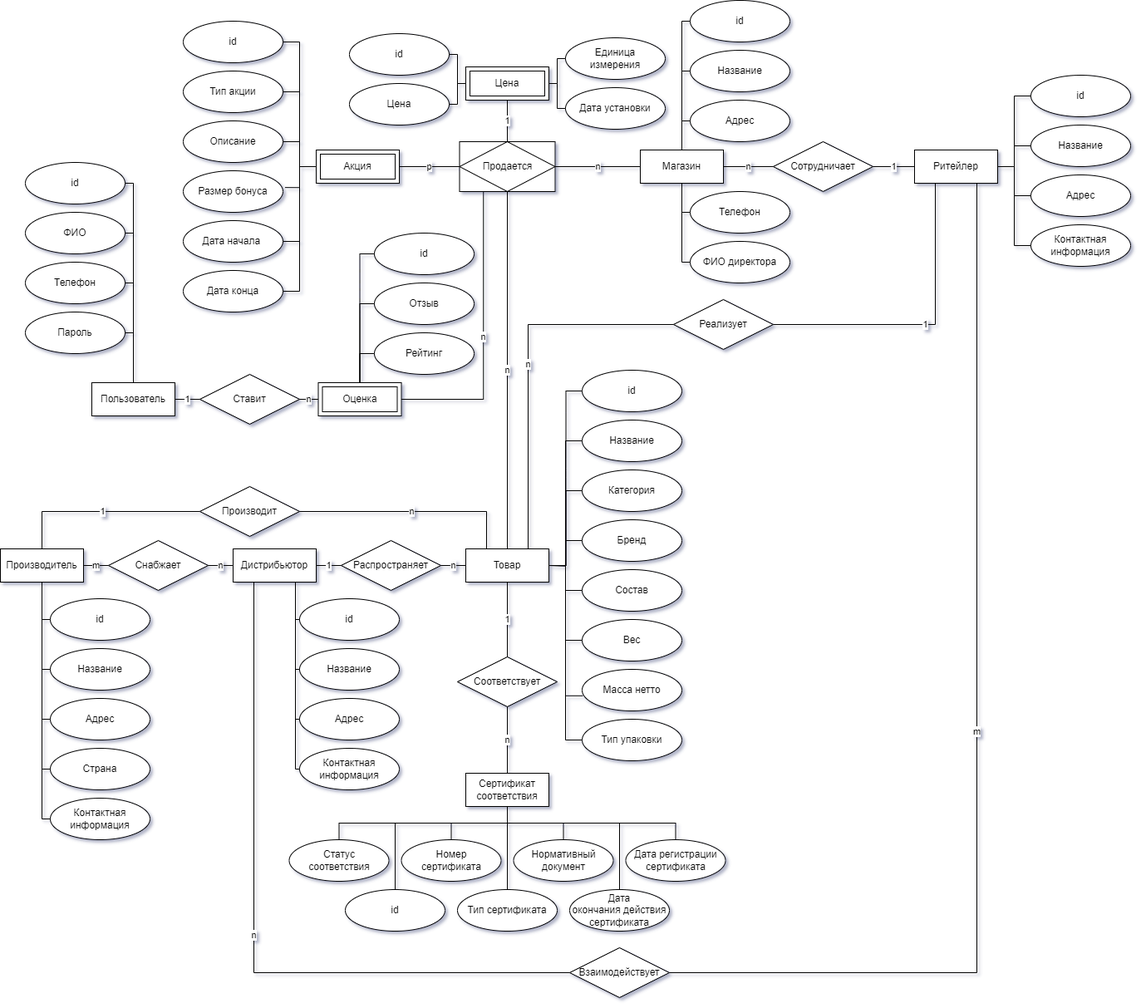
Earlier version of the draw.io export docs/coursework/inc/img/er-diag.drawio.png (nikitalystsev/db_course). Source tidied: cells renumbered, new cells last; positions are measured from the earlier drawing's top-left corner, leaving out a move shared by most shapes.
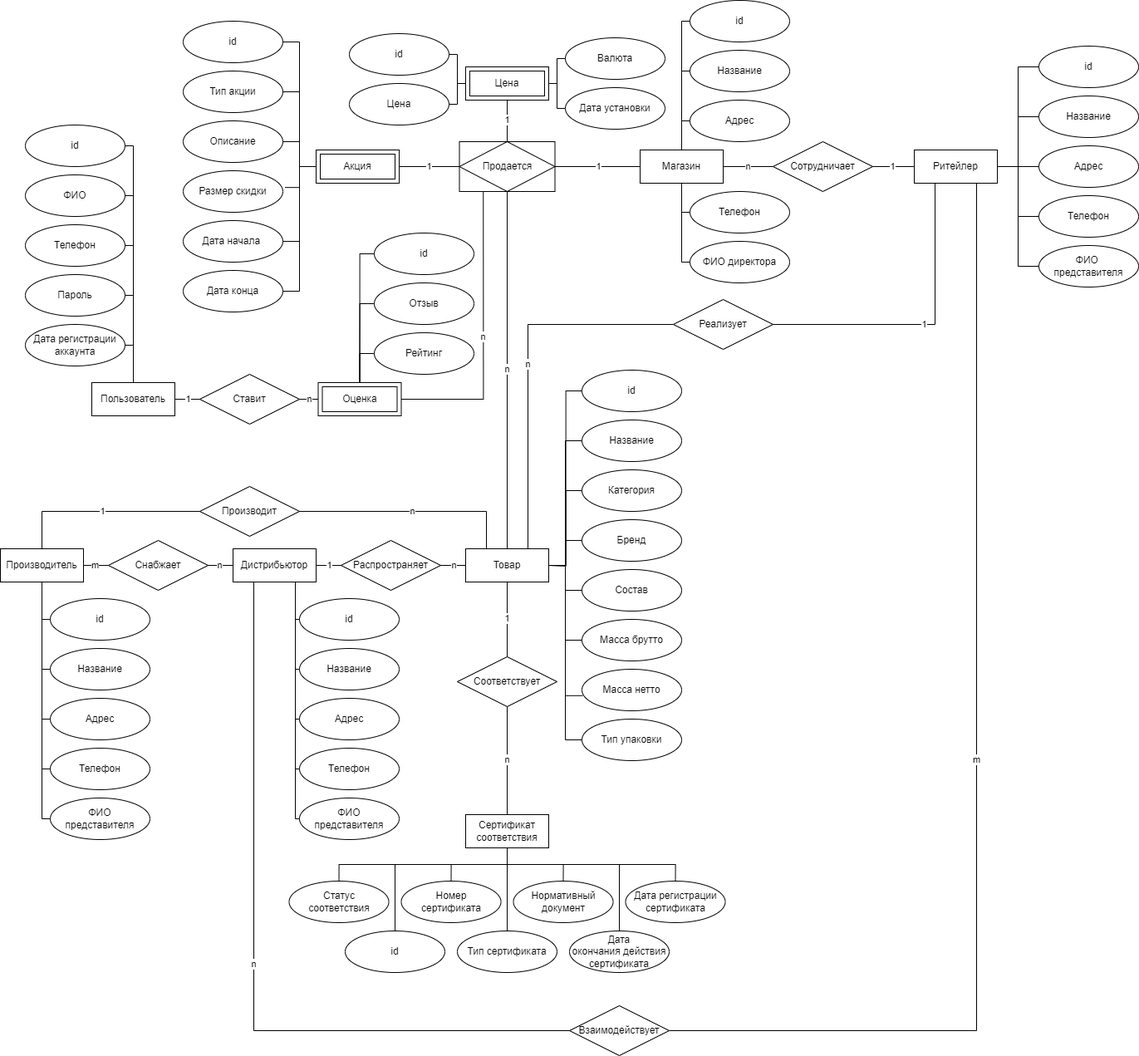
The same file after the commit.

Diff of the diagram source:
```diff
@@ -6,7 +6,7 @@
       <mxGeometry x="560" y="660" width="100" height="40" as="geometry" />
     </mxCell>
     <mxCell id="3" value="Сертификат&lt;div&gt;соответствия&lt;/div&gt;" style="whiteSpace=wrap;html=1;align=center;" parent="1" vertex="1">
-      <mxGeometry x="560" y="930" width="100" height="40" as="geometry" />
+      <mxGeometry x="560" y="980" width="100" height="40" as="geometry" />
     </mxCell>
     <mxCell id="4" value="Соответствует" style="shape=rhombus;perimeter=rhombusPerimeter;whiteSpace=wrap;html=1;align=center;" parent="1" vertex="1">
       <mxGeometry x="550" y="790" width="120" height="60" as="geometry" />
@@ -18,25 +18,25 @@
       <mxGeometry relative="1" as="geometry" />
     </mxCell>
     <mxCell id="7" value="id" style="ellipse;whiteSpace=wrap;html=1;align=center;" parent="1" vertex="1">
-      <mxGeometry x="415" y="1070" width="120" height="50" as="geometry" />
+      <mxGeometry x="415" y="1120" width="120" height="50" as="geometry" />
     </mxCell>
     <mxCell id="8" value="Тип сертификата" style="ellipse;whiteSpace=wrap;html=1;align=center;" parent="1" vertex="1">
-      <mxGeometry x="550" y="1070" width="120" height="50" as="geometry" />
+      <mxGeometry x="550" y="1120" width="120" height="50" as="geometry" />
     </mxCell>
     <mxCell id="9" value="Статус&lt;div&gt;соответствия&lt;/div&gt;" style="ellipse;whiteSpace=wrap;html=1;align=center;" parent="1" vertex="1">
-      <mxGeometry x="347.5" y="1010" width="120" height="50" as="geometry" />
+      <mxGeometry x="347.5" y="1060" width="120" height="50" as="geometry" />
     </mxCell>
     <mxCell id="10" value="Номер&lt;div&gt;сертификата&lt;/div&gt;" style="ellipse;whiteSpace=wrap;html=1;align=center;" parent="1" vertex="1">
-      <mxGeometry x="482.5" y="1010" width="120" height="50" as="geometry" />
+      <mxGeometry x="482.5" y="1060" width="120" height="50" as="geometry" />
     </mxCell>
     <mxCell id="11" value="Нормативный&lt;div&gt;документ&lt;/div&gt;" style="ellipse;whiteSpace=wrap;html=1;align=center;" parent="1" vertex="1">
-      <mxGeometry x="617.5" y="1010" width="120" height="50" as="geometry" />
+      <mxGeometry x="617.5" y="1060" width="120" height="50" as="geometry" />
     </mxCell>
     <mxCell id="12" value="Дата регистрации&lt;div&gt;сертификата&lt;/div&gt;" style="ellipse;whiteSpace=wrap;html=1;align=center;" parent="1" vertex="1">
-      <mxGeometry x="752.5" y="1010" width="120" height="50" as="geometry" />
+      <mxGeometry x="752.5" y="1060" width="120" height="50" as="geometry" />
     </mxCell>
     <mxCell id="13" value="Дата&lt;div&gt;окончания действия сертификата&lt;/div&gt;" style="ellipse;whiteSpace=wrap;html=1;align=center;" parent="1" vertex="1">
-      <mxGeometry x="685" y="1070" width="120" height="50" as="geometry" />
+      <mxGeometry x="685" y="1120" width="120" height="50" as="geometry" />
     </mxCell>
     <mxCell id="14" value="Дистрибьютор" style="whiteSpace=wrap;html=1;align=center;" parent="1" vertex="1">
       <mxGeometry x="280" y="660" width="100" height="40" as="geometry" />
@@ -68,7 +68,7 @@
     <mxCell id="23" value="Состав" style="ellipse;whiteSpace=wrap;html=1;align=center;" parent="1" vertex="1">
       <mxGeometry x="700" y="685" width="120" height="50" as="geometry" />
     </mxCell>
-    <mxCell id="24" value="Вес" style="ellipse;whiteSpace=wrap;html=1;align=center;" parent="1" vertex="1">
+    <mxCell id="24" value="Масса брутто" style="ellipse;whiteSpace=wrap;html=1;align=center;" parent="1" vertex="1">
       <mxGeometry x="700" y="745" width="120" height="50" as="geometry" />
     </mxCell>
     <mxCell id="25" value="Масса нетто" style="ellipse;whiteSpace=wrap;html=1;align=center;" parent="1" vertex="1">
@@ -111,7 +111,7 @@
     <mxCell id="36" value="Адрес" style="ellipse;whiteSpace=wrap;html=1;align=center;" parent="1" vertex="1">
       <mxGeometry x="360" y="840" width="120" height="50" as="geometry" />
     </mxCell>
-    <mxCell id="37" value="Контактная информация" style="ellipse;whiteSpace=wrap;html=1;align=center;" parent="1" vertex="1">
+    <mxCell id="37" value="Телефон" style="ellipse;whiteSpace=wrap;html=1;align=center;" parent="1" vertex="1">
       <mxGeometry x="360" y="900" width="120" height="50" as="geometry" />
     </mxCell>
     <mxCell id="38" value="Производитель" style="whiteSpace=wrap;html=1;align=center;" parent="1" vertex="1">
@@ -148,7 +148,7 @@
     <mxCell id="47" value="Адрес" style="ellipse;whiteSpace=wrap;html=1;align=center;" parent="1" vertex="1">
       <mxGeometry x="60" y="840" width="120" height="50" as="geometry" />
     </mxCell>
-    <mxCell id="48" value="Контактная информация" style="ellipse;whiteSpace=wrap;html=1;align=center;" parent="1" vertex="1">
+    <mxCell id="48" value="ФИО&lt;br&gt;представителя" style="ellipse;whiteSpace=wrap;html=1;align=center;" parent="1" vertex="1">
       <mxGeometry x="60" y="960" width="120" height="50" as="geometry" />
     </mxCell>
     <mxCell id="49" style="endArrow=none;html=1;rounded=0;exitX=0.5;exitY=1;exitDx=0;exitDy=0;entryX=0;entryY=0.5;entryDx=0;entryDy=0;edgeStyle=orthogonalEdgeStyle;" parent="1" edge="1" source="38" target="48">
@@ -163,7 +163,7 @@
     <mxCell id="52" style="endArrow=none;html=1;rounded=0;exitX=0.5;exitY=1;exitDx=0;exitDy=0;entryX=0;entryY=0.5;entryDx=0;entryDy=0;edgeStyle=orthogonalEdgeStyle;" parent="1" edge="1" source="38" target="46">
       <mxGeometry relative="1" as="geometry" />
     </mxCell>
-    <mxCell id="53" value="Страна" style="ellipse;whiteSpace=wrap;html=1;align=center;" parent="1" vertex="1">
+    <mxCell id="53" value="Телефон" style="ellipse;whiteSpace=wrap;html=1;align=center;" parent="1" vertex="1">
       <mxGeometry x="60" y="900" width="120" height="50" as="geometry" />
     </mxCell>
     <mxCell id="54" style="endArrow=none;html=1;rounded=0;exitX=0.5;exitY=1;exitDx=0;exitDy=0;entryX=0;entryY=0.5;entryDx=0;entryDy=0;edgeStyle=orthogonalEdgeStyle;" parent="1" edge="1" source="38" target="53">
@@ -178,7 +178,7 @@
     <mxCell id="57" value="Магазин" style="whiteSpace=wrap;html=1;align=center;" parent="1" vertex="1">
       <mxGeometry x="770" y="180" width="100" height="40" as="geometry" />
     </mxCell>
-    <mxCell id="58" value="n" style="endArrow=none;html=1;rounded=0;entryX=0;entryY=0.5;entryDx=0;entryDy=0;exitX=1;exitY=0.5;exitDx=0;exitDy=0;" parent="1" edge="1" source="127" target="57">
+    <mxCell id="58" value="1" style="endArrow=none;html=1;rounded=0;entryX=0;entryY=0.5;entryDx=0;entryDy=0;exitX=1;exitY=0.5;exitDx=0;exitDy=0;" parent="1" edge="1" source="127" target="57">
       <mxGeometry relative="1" as="geometry" />
     </mxCell>
     <mxCell id="59" value="Телефон" style="ellipse;whiteSpace=wrap;html=1;align=center;" parent="1" vertex="1">
@@ -190,7 +190,7 @@
     <mxCell id="61" value="Дата установки" style="ellipse;whiteSpace=wrap;html=1;align=center;" parent="1" vertex="1">
       <mxGeometry x="680" y="105" width="120" height="50" as="geometry" />
     </mxCell>
-    <mxCell id="62" value="Единица&lt;div&gt;измерения&lt;/div&gt;" style="ellipse;whiteSpace=wrap;html=1;align=center;" parent="1" vertex="1">
+    <mxCell id="62" value="Валюта" style="ellipse;whiteSpace=wrap;html=1;align=center;" parent="1" vertex="1">
       <mxGeometry x="680" y="45" width="120" height="50" as="geometry" />
     </mxCell>
     <mxCell id="63" style="endArrow=none;html=1;rounded=0;entryX=0;entryY=0.5;entryDx=0;entryDy=0;exitX=1;exitY=0.5;exitDx=0;exitDy=0;edgeStyle=orthogonalEdgeStyle;" parent="1" edge="1" source="56" target="62">
@@ -217,7 +217,7 @@
     <mxCell id="70" value="&lt;div&gt;Акция&lt;/div&gt;" style="shape=ext;margin=3;double=1;whiteSpace=wrap;html=1;align=center;" parent="1" vertex="1">
       <mxGeometry x="380" y="180" width="100" height="40" as="geometry" />
     </mxCell>
-    <mxCell id="71" value="p" style="endArrow=none;html=1;rounded=0;entryX=0;entryY=0.5;entryDx=0;entryDy=0;exitX=1;exitY=0.5;exitDx=0;exitDy=0;" parent="1" edge="1" source="70" target="127">
+    <mxCell id="71" value="1" style="endArrow=none;html=1;rounded=0;entryX=0;entryY=0.5;entryDx=0;entryDy=0;exitX=1;exitY=0.5;exitDx=0;exitDy=0;" parent="1" edge="1" source="70" target="127">
       <mxGeometry relative="1" as="geometry" />
     </mxCell>
     <mxCell id="72" value="Тип акции" style="ellipse;whiteSpace=wrap;html=1;align=center;" parent="1" vertex="1">
@@ -229,7 +229,7 @@
     <mxCell id="74" value="Описание" style="ellipse;whiteSpace=wrap;html=1;align=center;" parent="1" vertex="1">
       <mxGeometry x="220" y="145" width="120" height="50" as="geometry" />
     </mxCell>
-    <mxCell id="75" value="Размер бонуса" style="ellipse;whiteSpace=wrap;html=1;align=center;" parent="1" vertex="1">
+    <mxCell id="75" value="Размер скидки" style="ellipse;whiteSpace=wrap;html=1;align=center;" parent="1" vertex="1">
       <mxGeometry x="220" y="205" width="120" height="50" as="geometry" />
     </mxCell>
     <mxCell id="76" value="Дата начала&amp;nbsp;" style="ellipse;whiteSpace=wrap;html=1;align=center;" parent="1" vertex="1">
@@ -279,16 +279,16 @@
       <mxGeometry relative="1" as="geometry" />
     </mxCell>
     <mxCell id="90" value="Название" style="ellipse;whiteSpace=wrap;html=1;align=center;" parent="1" vertex="1">
-      <mxGeometry x="1240" y="150" width="120" height="50" as="geometry" />
+      <mxGeometry x="1250" y="115" width="120" height="50" as="geometry" />
     </mxCell>
     <mxCell id="91" value="id" style="ellipse;whiteSpace=wrap;html=1;align=center;" parent="1" vertex="1">
-      <mxGeometry x="1240" y="90" width="120" height="50" as="geometry" />
+      <mxGeometry x="1250" y="55" width="120" height="50" as="geometry" />
     </mxCell>
     <mxCell id="92" value="Адрес" style="ellipse;whiteSpace=wrap;html=1;align=center;" parent="1" vertex="1">
-      <mxGeometry x="1240" y="210" width="120" height="50" as="geometry" />
+      <mxGeometry x="1250" y="175" width="120" height="50" as="geometry" />
     </mxCell>
-    <mxCell id="93" value="Контактная информация" style="ellipse;whiteSpace=wrap;html=1;align=center;" parent="1" vertex="1">
-      <mxGeometry x="1240" y="270" width="120" height="50" as="geometry" />
+    <mxCell id="93" value="Телефон" style="ellipse;whiteSpace=wrap;html=1;align=center;" parent="1" vertex="1">
+      <mxGeometry x="1250" y="235" width="120" height="50" as="geometry" />
     </mxCell>
     <mxCell id="94" style="endArrow=none;html=1;rounded=0;entryX=0;entryY=0.5;entryDx=0;entryDy=0;exitX=1;exitY=0.5;exitDx=0;exitDy=0;edgeStyle=orthogonalEdgeStyle;" parent="1" edge="1" source="86" target="91">
       <mxGeometry relative="1" as="geometry" />
@@ -382,32 +382,32 @@
     <mxCell id="117" style="endArrow=none;html=1;rounded=0;entryX=0.5;entryY=1;entryDx=0;entryDy=0;exitX=0.5;exitY=0;exitDx=0;exitDy=0;edgeStyle=orthogonalEdgeStyle;" parent="1" edge="1" source="9" target="3">
       <mxGeometry relative="1" as="geometry">
         <Array as="points">
-          <mxPoint x="407" y="990" />
-          <mxPoint x="610" y="990" />
+          <mxPoint x="407" y="1040" />
+          <mxPoint x="610" y="1040" />
         </Array>
       </mxGeometry>
     </mxCell>
     <mxCell id="118" style="endArrow=none;html=1;rounded=0;entryX=0.5;entryY=1;entryDx=0;entryDy=0;exitX=0.5;exitY=0;exitDx=0;exitDy=0;edgeStyle=orthogonalEdgeStyle;" parent="1" edge="1" source="10" target="3">
       <mxGeometry relative="1" as="geometry">
         <Array as="points">
-          <mxPoint x="543" y="990" />
-          <mxPoint x="610" y="990" />
+          <mxPoint x="543" y="1040" />
+          <mxPoint x="610" y="1040" />
         </Array>
       </mxGeometry>
     </mxCell>
     <mxCell id="119" style="endArrow=none;html=1;rounded=0;entryX=0.5;entryY=1;entryDx=0;entryDy=0;exitX=0.5;exitY=0;exitDx=0;exitDy=0;edgeStyle=orthogonalEdgeStyle;" parent="1" edge="1" source="11" target="3">
       <mxGeometry relative="1" as="geometry">
         <Array as="points">
-          <mxPoint x="677" y="990" />
-          <mxPoint x="610" y="990" />
+          <mxPoint x="677" y="1040" />
+          <mxPoint x="610" y="1040" />
         </Array>
       </mxGeometry>
     </mxCell>
     <mxCell id="120" style="endArrow=none;html=1;rounded=0;entryX=0.5;entryY=1;entryDx=0;entryDy=0;exitX=0.5;exitY=0;exitDx=0;exitDy=0;edgeStyle=orthogonalEdgeStyle;" parent="1" edge="1" source="12" target="3">
       <mxGeometry relative="1" as="geometry">
         <Array as="points">
-          <mxPoint x="813" y="990" />
-          <mxPoint x="610" y="990" />
+          <mxPoint x="813" y="1040" />
+          <mxPoint x="610" y="1040" />
         </Array>
       </mxGeometry>
     </mxCell>
@@ -417,21 +417,21 @@
     <mxCell id="122" style="endArrow=none;html=1;rounded=0;entryX=0.5;entryY=1;entryDx=0;entryDy=0;exitX=0.5;exitY=0;exitDx=0;exitDy=0;edgeStyle=orthogonalEdgeStyle;" parent="1" edge="1" source="13" target="3">
       <mxGeometry relative="1" as="geometry">
         <Array as="points">
-          <mxPoint x="745" y="990" />
-          <mxPoint x="610" y="990" />
+          <mxPoint x="745" y="1040" />
+          <mxPoint x="610" y="1040" />
         </Array>
       </mxGeometry>
     </mxCell>
     <mxCell id="123" style="endArrow=none;html=1;rounded=0;entryX=0.5;entryY=1;entryDx=0;entryDy=0;exitX=0.5;exitY=0;exitDx=0;exitDy=0;edgeStyle=orthogonalEdgeStyle;" parent="1" edge="1" source="7" target="3">
       <mxGeometry relative="1" as="geometry">
         <Array as="points">
-          <mxPoint x="475" y="990" />
-          <mxPoint x="610" y="990" />
+          <mxPoint x="475" y="1040" />
+          <mxPoint x="610" y="1040" />
         </Array>
       </mxGeometry>
     </mxCell>
     <mxCell id="124" value="Взаимодействует" style="shape=rhombus;perimeter=rhombusPerimeter;whiteSpace=wrap;html=1;align=center;" parent="1" vertex="1">
-      <mxGeometry x="685" y="1140" width="120" height="60" as="geometry" />
+      <mxGeometry x="685" y="1210" width="120" height="60" as="geometry" />
     </mxCell>
     <mxCell id="125" value="n" style="endArrow=none;html=1;rounded=0;entryX=0.25;entryY=1;entryDx=0;entryDy=0;exitX=0;exitY=0.5;exitDx=0;exitDy=0;edgeStyle=orthogonalEdgeStyle;" parent="1" edge="1" source="124" target="14">
       <mxGeometry relative="1" as="geometry" />
@@ -446,16 +446,16 @@
       <mxGeometry x="110" y="460" width="100" height="40" as="geometry" />
     </mxCell>
     <mxCell id="129" value="ФИО" style="ellipse;whiteSpace=wrap;html=1;align=center;" parent="1" vertex="1">
-      <mxGeometry x="30" y="255" width="120" height="50" as="geometry" />
+      <mxGeometry x="30" y="210" width="120" height="50" as="geometry" />
     </mxCell>
     <mxCell id="130" value="id" style="ellipse;whiteSpace=wrap;html=1;align=center;" parent="1" vertex="1">
-      <mxGeometry x="30" y="195" width="120" height="50" as="geometry" />
+      <mxGeometry x="30" y="150" width="120" height="50" as="geometry" />
     </mxCell>
     <mxCell id="131" value="Телефон" style="ellipse;whiteSpace=wrap;html=1;align=center;" parent="1" vertex="1">
-      <mxGeometry x="30" y="315" width="120" height="50" as="geometry" />
+      <mxGeometry x="30" y="270" width="120" height="50" as="geometry" />
     </mxCell>
     <mxCell id="132" value="Пароль" style="ellipse;whiteSpace=wrap;html=1;align=center;" parent="1" vertex="1">
-      <mxGeometry x="30" y="375" width="120" height="50" as="geometry" />
+      <mxGeometry x="30" y="330" width="120" height="50" as="geometry" />
     </mxCell>
     <mxCell id="133" style="endArrow=none;html=1;rounded=0;entryX=0;entryY=0.5;entryDx=0;entryDy=0;exitX=0.5;exitY=0;exitDx=0;exitDy=0;edgeStyle=orthogonalEdgeStyle;" parent="1" edge="1" source="108" target="111">
       <mxGeometry relative="1" as="geometry" />
@@ -487,5 +487,27 @@
     <mxCell id="142" style="endArrow=none;html=1;rounded=0;entryX=1;entryY=0.5;entryDx=0;entryDy=0;exitX=0.5;exitY=0;exitDx=0;exitDy=0;edgeStyle=orthogonalEdgeStyle;" parent="1" edge="1" source="128" target="132">
       <mxGeometry relative="1" as="geometry" />
     </mxCell>
+    <mxCell id="143" value="Дата регистрации&lt;br&gt;аккаунта" style="ellipse;whiteSpace=wrap;html=1;align=center;" parent="1" vertex="1">
+      <mxGeometry x="30" y="390" width="120" height="50" as="geometry" />
+    </mxCell>
+    <mxCell id="144" style="endArrow=none;html=1;rounded=0;entryX=0.5;entryY=0;entryDx=0;entryDy=0;exitX=1;exitY=0.5;exitDx=0;exitDy=0;edgeStyle=orthogonalEdgeStyle;" parent="1" edge="1" source="143" target="128">
+      <mxGeometry relative="1" as="geometry" />
+    </mxCell>
+    <mxCell id="145" value="ФИО&amp;nbsp;&lt;br&gt;представителя" style="ellipse;whiteSpace=wrap;html=1;align=center;" parent="1" vertex="1">
+      <mxGeometry x="1250" y="295" width="120" height="50" as="geometry" />
+    </mxCell>
+    <mxCell id="146" style="endArrow=none;html=1;rounded=0;entryX=1;entryY=0.5;entryDx=0;entryDy=0;exitX=0;exitY=0.5;exitDx=0;exitDy=0;edgeStyle=orthogonalEdgeStyle;" parent="1" edge="1" source="145" target="86">
+      <mxGeometry relative="1" as="geometry" />
+    </mxCell>
+    <mxCell id="147" value="ФИО&lt;br&gt;представителя" style="ellipse;whiteSpace=wrap;html=1;align=center;" parent="1" vertex="1">
+      <mxGeometry x="360" y="960" width="120" height="50" as="geometry" />
+    </mxCell>
+    <mxCell id="148" style="endArrow=none;html=1;rounded=0;exitX=0.75;exitY=1;exitDx=0;exitDy=0;entryX=0;entryY=0.5;entryDx=0;entryDy=0;edgeStyle=orthogonalEdgeStyle;" parent="1" edge="1" source="14" target="147">
+      <mxGeometry relative="1" as="geometry">
+        <Array as="points">
+          <mxPoint x="355" y="985" />
+        </Array>
+      </mxGeometry>
+    </mxCell>
   </root>
 </mxGraphModel>
```
